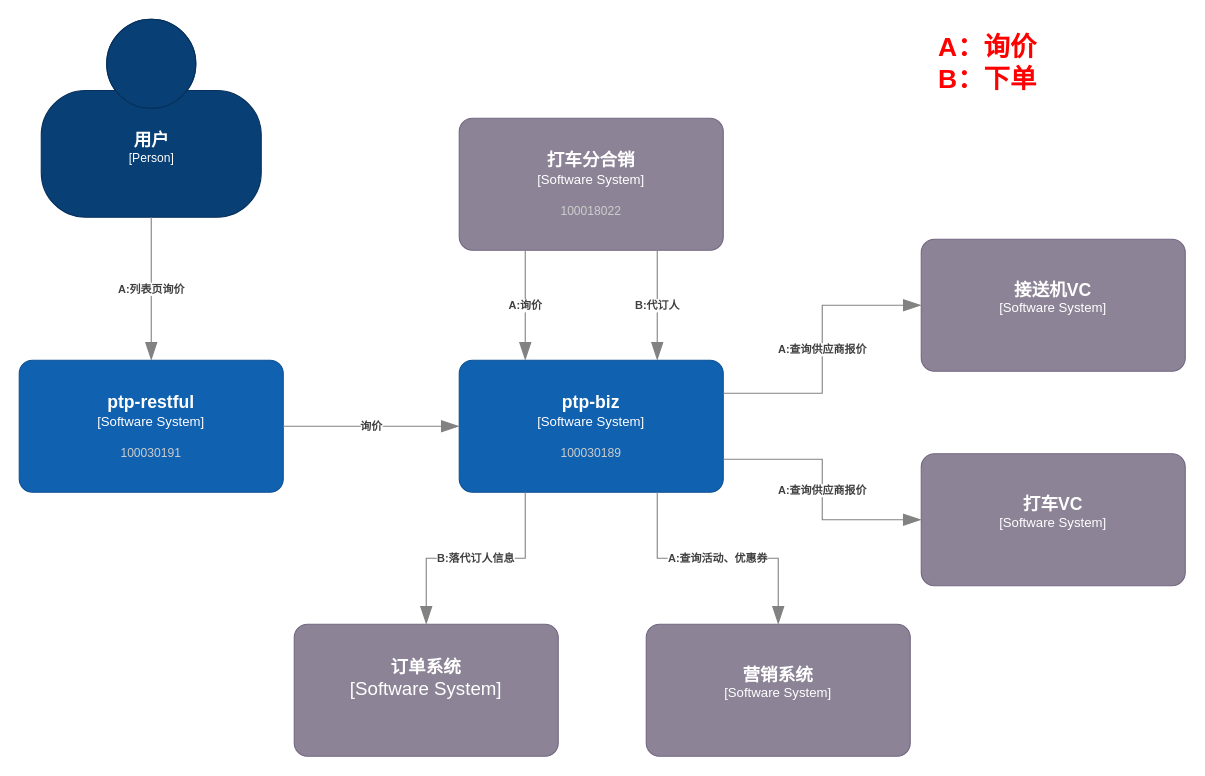
Above: Untitled Diagram.drawio in miareko/c4-diagram (draw.io), before the change. Source tidied: cells renumbered, new cells numbered last; positions are measured from the earlier drawing's top-left corner, leaving out a move shared by most shapes. Both pictures are drawn from the tidied source at 110%, with x=0, y=0 at pixel (19, 19).
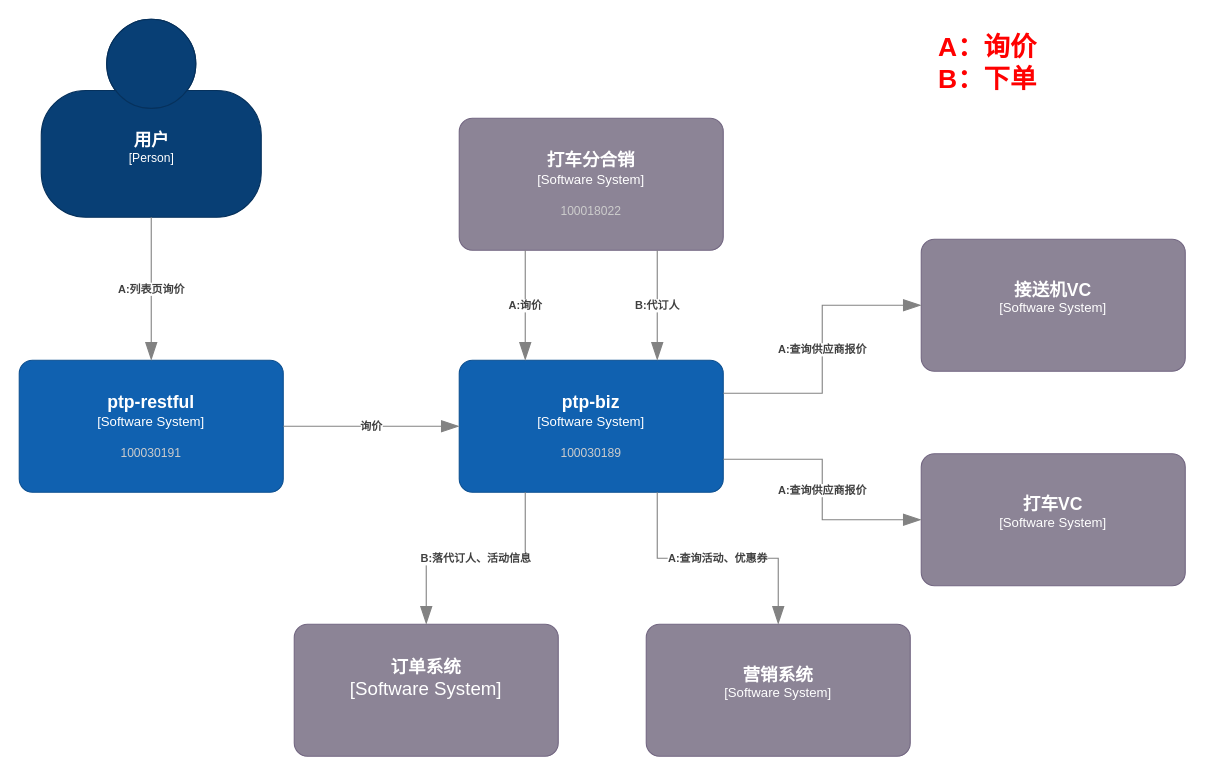
Above is the later version.

The change refers to these unchanged cells:
```xml
<object id="4" label="&lt;font style=&quot;font-size: 16px&quot;&gt;&lt;b&gt;%c4Name%&lt;/b&gt;&lt;/font&gt;&lt;div&gt;[%c4Type%]&lt;/div&gt;&lt;br&gt;&lt;div&gt;&lt;font style=&quot;font-size: 11px&quot;&gt;&lt;font color=&quot;#cccccc&quot;&gt;%c4Description%&lt;/font&gt;&lt;/div&gt;" c4Description="100030189" c4Name="ptp-biz" c4Type="Software System" placeholders="1">
  <mxCell style="rounded=1;whiteSpace=wrap;html=1;labelBackgroundColor=none;fillColor=#1061B0;fontColor=#ffffff;align=center;arcSize=10;strokeColor=#0D5091;points=[[0.25,0,0],[0.5,0,0],[0.75,0,0],[1,0.25,0],[1,0.5,0],[1,0.75,0],[0.75,1,0],[0.5,1,0],[0.25,1,0],[0,0.75,0],[0,0.5,0],[0,0.25,0]];" parent="1" vertex="1">
    <mxGeometry x="400" y="310" width="240" height="120" as="geometry" />
  </mxCell>
</object>
<object id="11" label="&lt;font style=&quot;font-size: 16px&quot;&gt;&lt;b&gt;%c4Name%&lt;/b&gt;&lt;/font&gt;&lt;div&gt;[%c4Type%]&lt;/div&gt;&lt;br&gt;&lt;div&gt;&lt;font style=&quot;font-size: 11px&quot;&gt;&lt;font color=&quot;#cccccc&quot;&gt;%c4Description%&lt;/font&gt;&lt;/div&gt;" c4Description="" c4Name="订单系统" c4Type="Software System" placeholders="1">
  <mxCell style="rounded=1;whiteSpace=wrap;html=1;labelBackgroundColor=none;fillColor=#8C8496;fontColor=#ffffff;align=center;arcSize=10;strokeColor=#736782;points=[[0.25,0,0],[0.5,0,0],[0.75,0,0],[1,0.25,0],[1,0.5,0],[1,0.75,0],[0.75,1,0],[0.5,1,0],[0.25,1,0],[0,0.75,0],[0,0.5,0],[0,0.25,0]];fontSize=17;" parent="1" vertex="1">
    <mxGeometry x="250" y="550" width="240" height="120" as="geometry" />
  </mxCell>
</object>
```

What changed in the source:
```diff
@@
-    <object id="15" label="&lt;div style=&quot;text-align: left&quot;&gt;&lt;div style=&quot;text-align: center&quot;&gt;&lt;b&gt;%c4Description%&lt;/b&gt;&lt;/div&gt;" c4Description="B:落代订人信息" placeholders="1">
+    <object id="15" label="&lt;div style=&quot;text-align: left&quot;&gt;&lt;div style=&quot;text-align: center&quot;&gt;&lt;b&gt;%c4Description%&lt;/b&gt;&lt;/div&gt;" c4Description="B:落代订人、活动信息" placeholders="1">
       <mxCell style="endArrow=blockThin;html=1;fontSize=10;fontColor=#404040;strokeWidth=1;endFill=1;strokeColor=#828282;elbow=vertical;endSize=14;startSize=14;jumpStyle=arc;jumpSize=16;rounded=0;edgeStyle=orthogonalEdgeStyle;exitX=0.25;exitY=1;exitDx=0;exitDy=0;exitPerimeter=0;entryX=0.5;entryY=0;entryDx=0;entryDy=0;entryPerimeter=0;" parent="1" edge="1" source="4" target="11">
         <mxGeometry relative="1" as="geometry" />
       </mxCell>
     </object>
```
